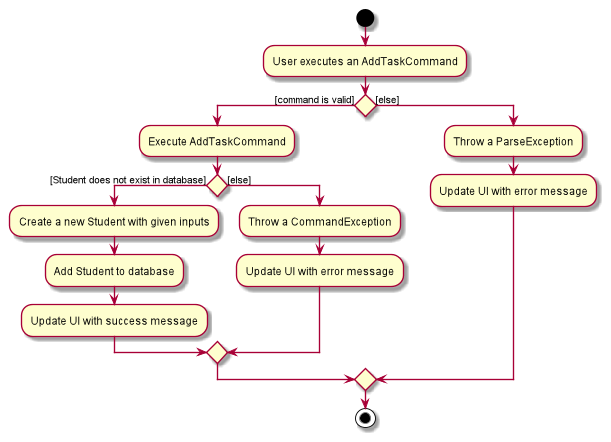
Earlier version of the PlantUML export docs/images/AddStudentActivityDiagram.png (nus-cs2103-AY2122S1/tp). Source of this version:
```plantuml
@startuml

start

:User executes an AddTaskCommand;

if () then ([command is valid])
	:Execute AddTaskCommand;
	if() then ([Student does not exist in database])
        :Create a new Student with given inputs;
        :Add Student to database;
        :Update UI with success message;

	else ([else])
        :Throw a CommandException;
        :Update UI with error message;
    endif
else ([else])
	:Throw a ParseException;
	:Update UI with error message;
endif

stop

@enduml
```
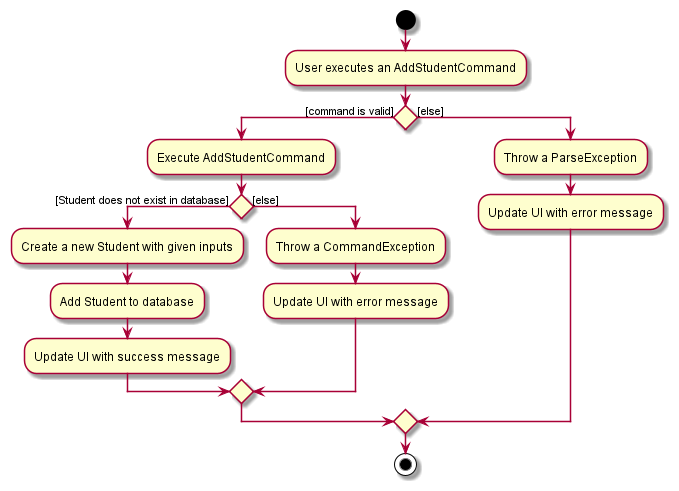
The same file after the commit.

Commit message:
Fix wrong description in diagram

The edit, as a diff of the source:
```diff
@@ -2,10 +2,10 @@
 
 start
 
-:User executes an AddTaskCommand;
+:User executes an AddStudentCommand;
 
 if () then ([command is valid])
-	:Execute AddTaskCommand;
+	:Execute AddStudentCommand;
 	if() then ([Student does not exist in database])
         :Create a new Student with given inputs;
         :Add Student to database;
```
